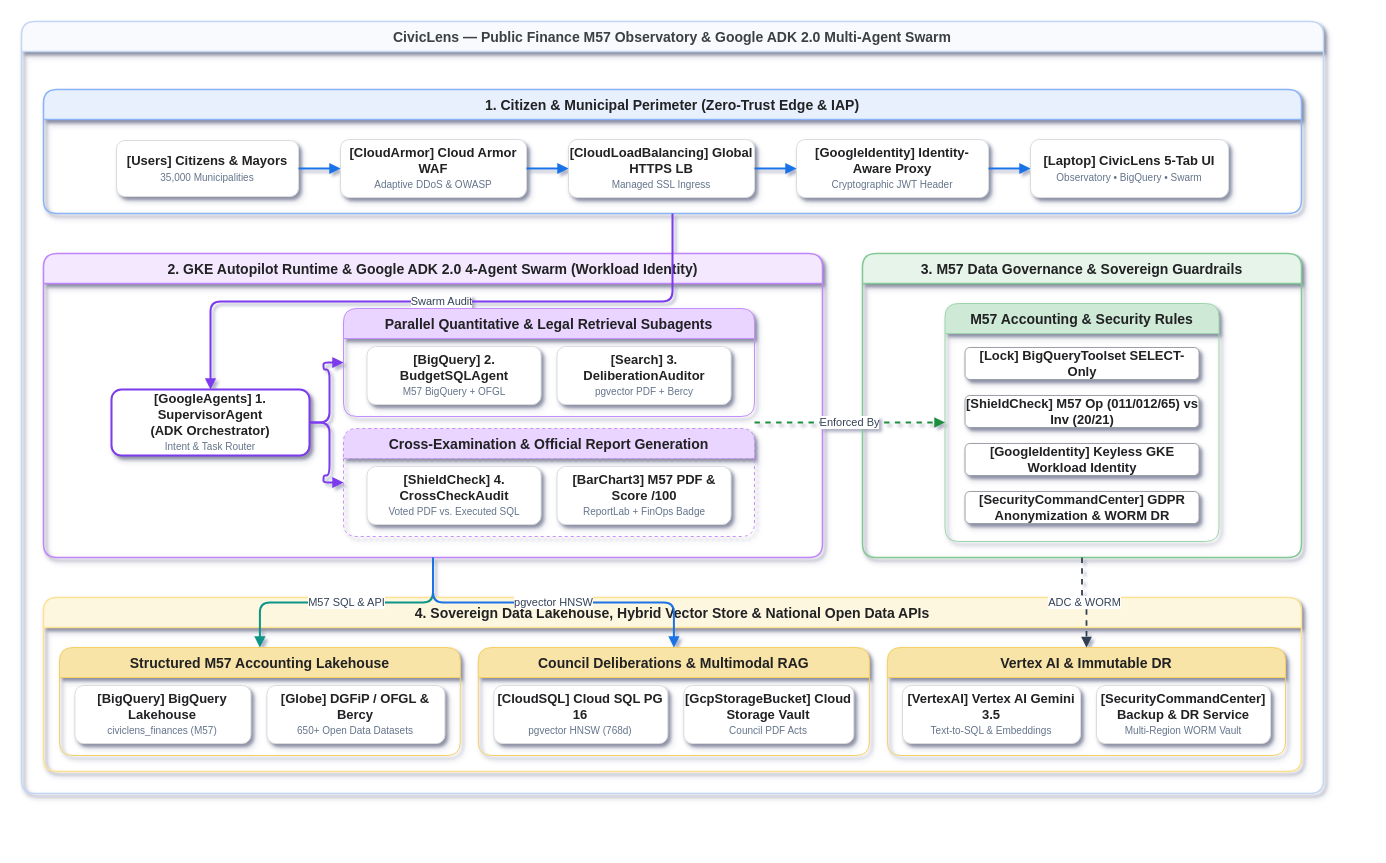
Earlier version of the draw.io diagram docs/diagrams/civiclens_adk_swarm_v3.drawio (hoffmannw-hjkl/app-civiclens). Source tidied: cells renumbered, new cells numbered last; positions are measured from the earlier drawing's top-left corner, leaving out a move shared by most shapes. Both pictures are drawn from the tidied source at 100%, with x=0, y=0 at pixel (21, 21).
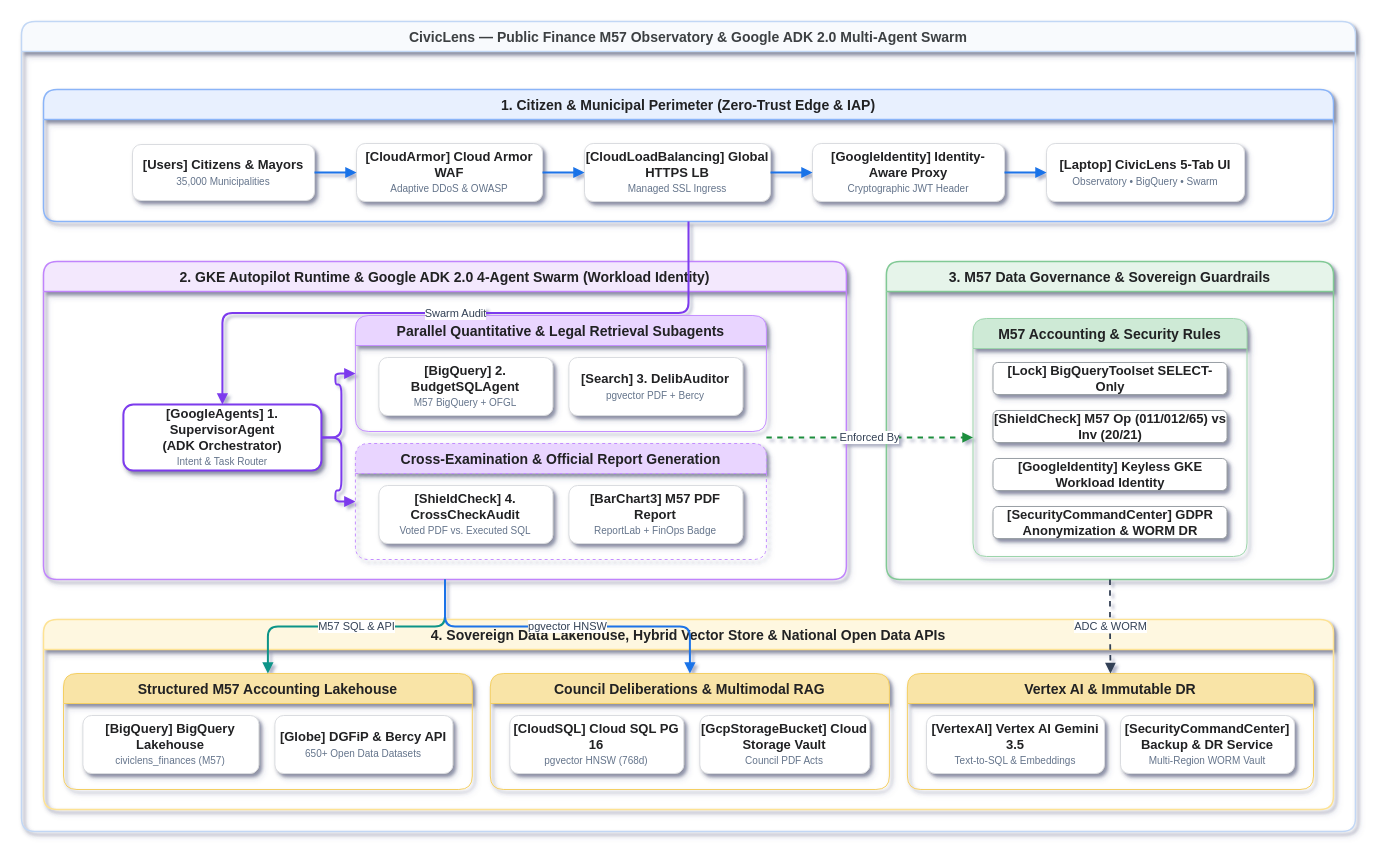
Above is the later version.

Commit message (it also covers changes not shown here):
docs(readme): embed exported high-res Dendrite v3.3 PNG architecture diagrams inline

Diff of the diagram source:
```diff
@@
     <mxCell id="2" value="CivicLens — Public Finance M57 Observatory &amp; Google ADK 2.0 Multi-Agent Swarm" style="swimlane;fontStyle=1;horizontal=1;startSize=30;rounded=1;fillColor=#f8fafd;strokeColor=#c2d7f5;strokeWidth=1.5;fontColor=#3c4043;fontSize=14;shadow=1;" parent="1" vertex="1">
-      <mxGeometry width="1302" height="772" as="geometry" />
+      <mxGeometry width="1334" height="810" as="geometry" />
     </mxCell>
     <mxCell id="3" value="1. Citizen &amp; Municipal Perimeter (Zero-Trust Edge &amp; IAP)" style="swimlane;fontStyle=1;horizontal=1;startSize=30;rounded=1;fillColor=#e8f0fe;strokeColor=#8ab4f8;strokeWidth=1.5;fontColor=#202124;fontSize=14;shadow=1;" parent="2" vertex="1">
-      <mxGeometry x="22" y="68" width="1258" height="124" as="geometry" />
+      <mxGeometry x="22" y="68" width="1290" height="132" as="geometry" />
     </mxCell>
     <mxCell id="4" value="2. GKE Autopilot Runtime &amp; Google ADK 2.0 4-Agent Swarm (Workload Identity)" style="swimlane;fontStyle=1;horizontal=1;startSize=30;rounded=1;fillColor=#f3e8fd;strokeColor=#c084fc;strokeWidth=1.5;fontColor=#202124;fontSize=14;shadow=1;" parent="2" vertex="1">
-      <mxGeometry x="22" y="232" width="779" height="304" as="geometry" />
+      <mxGeometry x="22" y="240" width="802.9" height="318" as="geometry" />
     </mxCell>
     <mxCell id="5" style="group;html=1;fillColor=none;strokeColor=none;" parent="4" vertex="1">
-      <mxGeometry x="300" y="55" width="411" height="228" as="geometry" />
+      <mxGeometry x="311.9" y="54" width="411" height="244" as="geometry" />
     </mxCell>
     <mxCell id="6" value="Parallel Quantitative &amp; Legal Retrieval Subagents" style="swimlane;fontStyle=1;horizontal=1;startSize=30;rounded=1;fillColor=#e9d5ff;strokeColor=#c48eff;strokeWidth=1;fontColor=#202124;fontSize=14;shadow=1;" parent="5" vertex="1">
-      <mxGeometry width="411" height="108" as="geometry" />
+      <mxGeometry width="411" height="116" as="geometry" />
     </mxCell>
     <mxCell id="7" value="Cross-Examination &amp; Official Report Generation" style="swimlane;fontStyle=1;horizontal=1;startSize=30;rounded=1;fillColor=#e9d5ff;strokeColor=#c48eff;strokeWidth=1;dashed=1;fontColor=#202124;fontSize=14;shadow=1;" parent="5" vertex="1">
-      <mxGeometry y="120" width="411" height="108" as="geometry" />
+      <mxGeometry y="128" width="411" height="116" as="geometry" />
     </mxCell>
     <mxCell id="8" value="3. M57 Data Governance &amp; Sovereign Guardrails" style="swimlane;fontStyle=1;horizontal=1;startSize=30;rounded=1;fillColor=#e6f4ea;strokeColor=#81c995;strokeWidth=1.5;fontColor=#202124;fontSize=14;shadow=1;" parent="2" vertex="1">
-      <mxGeometry x="841" y="232" width="439" height="304" as="geometry" />
+      <mxGeometry x="864.9" y="240" width="447.1" height="318" as="geometry" />
     </mxCell>
     <mxCell id="9" value="M57 Accounting &amp; Security Rules" style="swimlane;fontStyle=1;horizontal=1;startSize=30;rounded=1;fillColor=#ceead6;strokeColor=#9cd5ac;strokeWidth=1;fontColor=#202124;fontSize=14;shadow=1;" parent="8" vertex="1">
-      <mxGeometry x="82.5" y="50" width="274" height="238" as="geometry" />
+      <mxGeometry x="86.6" y="57" width="274" height="238" as="geometry" />
     </mxCell>
     <mxCell id="10" value="4. Sovereign Data Lakehouse, Hybrid Vector Store &amp; National Open Data APIs" style="swimlane;fontStyle=1;horizontal=1;startSize=30;rounded=1;fillColor=#fef7e0;strokeColor=#fde293;strokeWidth=1.5;fontColor=#202124;fontSize=14;shadow=1;" parent="2" vertex="1">
-      <mxGeometry x="22" y="576" width="1258" height="174" as="geometry" />
+      <mxGeometry x="22" y="598" width="1290" height="190" as="geometry" />
     </mxCell>
     <mxCell id="11" value="Structured M57 Accounting Lakehouse" style="swimlane;fontStyle=1;horizontal=1;startSize=30;rounded=1;fillColor=#f9e4a7;strokeColor=#f4cf64;strokeWidth=1;fontColor=#202124;fontSize=14;shadow=1;" parent="10" vertex="1">
-      <mxGeometry x="16" y="50" width="400.8" height="108" as="geometry" />
+      <mxGeometry x="20" y="54" width="408.8" height="116" as="geometry" />
     </mxCell>
     <mxCell id="12" value="Council Deliberations &amp; Multimodal RAG" style="swimlane;fontStyle=1;horizontal=1;startSize=30;rounded=1;fillColor=#f9e4a7;strokeColor=#f4cf64;strokeWidth=1;fontColor=#202124;fontSize=14;shadow=1;" parent="10" vertex="1">
-      <mxGeometry x="434.8" y="50" width="391.1" height="108" as="geometry" />
+      <mxGeometry x="446.8" y="54" width="399.1" height="116" as="geometry" />
     </mxCell>
     <mxCell id="13" value="Vertex AI &amp; Immutable DR" style="swimlane;fontStyle=1;horizontal=1;startSize=30;rounded=1;fillColor=#f9e4a7;strokeColor=#f4cf64;strokeWidth=1;fontColor=#202124;fontSize=14;shadow=1;" parent="10" vertex="1">
-      <mxGeometry x="843.9" y="50" width="398.1" height="108" as="geometry" />
+      <mxGeometry x="863.9" y="54" width="406.1" height="116" as="geometry" />
     </mxCell>
     <mxCell id="14" value="&lt;b&gt;[Users] Citizens &amp; Mayors&lt;/b&gt;&lt;br&gt;&lt;font color='#64748B' size='1'&gt;35,000 Municipalities&lt;/font&gt;" style="rounded=1;arcSize=15;whiteSpace=wrap;html=1;fillColor=#ffffff;strokeColor=#dadce0;strokeWidth=1;fontColor=#202124;fontSize=13;shadow=1;" parent="3" vertex="1">
-      <mxGeometry x="73" y="51" width="182" height="56" as="geometry" />
+      <mxGeometry x="89" y="55" width="182" height="56" as="geometry" />
     </mxCell>
     <mxCell id="15" value="&lt;b&gt;[CloudArmor] Cloud Armor WAF&lt;/b&gt;&lt;br&gt;&lt;font color='#64748B' size='1'&gt;Adaptive DDoS &amp; OWASP&lt;/font&gt;" style="rounded=1;arcSize=15;whiteSpace=wrap;html=1;fillColor=#ffffff;strokeColor=#dadce0;strokeWidth=1;fontColor=#202124;fontSize=13;shadow=1;" parent="3" vertex="1">
-      <mxGeometry x="297" y="50" width="186" height="58" as="geometry" />
+      <mxGeometry x="313" y="54" width="186" height="58" as="geometry" />
     </mxCell>
     <mxCell id="16" value="&lt;b&gt;[CloudLoadBalancing] Global HTTPS LB&lt;/b&gt;&lt;br&gt;&lt;font color='#64748B' size='1'&gt;Managed SSL Ingress&lt;/font&gt;" style="rounded=1;arcSize=15;whiteSpace=wrap;html=1;fillColor=#ffffff;strokeColor=#dadce0;strokeWidth=1;fontColor=#202124;fontSize=13;shadow=1;" parent="3" vertex="1">
-      <mxGeometry x="525" y="50" width="186" height="58" as="geometry" />
+      <mxGeometry x="541" y="54" width="186" height="58" as="geometry" />
     </mxCell>
     <mxCell id="17" value="&lt;b&gt;[GoogleIdentity] Identity-Aware Proxy&lt;/b&gt;&lt;br&gt;&lt;font color='#64748B' size='1'&gt;Cryptographic JWT Header&lt;/font&gt;" style="rounded=1;arcSize=15;whiteSpace=wrap;html=1;fillColor=#ffffff;strokeColor=#dadce0;strokeWidth=1;fontColor=#202124;fontSize=13;shadow=1;" parent="3" vertex="1">
-      <mxGeometry x="753" y="50" width="192" height="58" as="geometry" />
+      <mxGeometry x="769" y="54" width="192" height="58" as="geometry" />
     </mxCell>
     <mxCell id="18" value="&lt;b&gt;[Laptop] CivicLens 5-Tab UI&lt;/b&gt;&lt;br&gt;&lt;font color='#64748B' size='1'&gt;Observatory • BigQuery • Swarm&lt;/font&gt;" style="rounded=1;arcSize=15;whiteSpace=wrap;html=1;fillColor=#ffffff;strokeColor=#dadce0;strokeWidth=1;fontColor=#202124;fontSize=13;shadow=1;" parent="3" vertex="1">
-      <mxGeometry x="987" y="50" width="198" height="58" as="geometry" />
+      <mxGeometry x="1003" y="54" width="198" height="58" as="geometry" />
     </mxCell>
     <mxCell id="19" value="&lt;b&gt;[GoogleAgents] 1. SupervisorAgent&#10;(ADK Orchestrator)&lt;/b&gt;&lt;br&gt;&lt;font color='#64748B' size='1'&gt;Intent &amp; Task Router&lt;/font&gt;" style="rounded=1;arcSize=15;whiteSpace=wrap;html=1;fillColor=#ffffff;strokeColor=#7c3aed;strokeWidth=2;fontColor=#202124;fontSize=13;shadow=1;" parent="4" vertex="1">
-      <mxGeometry x="68" y="136" width="198" height="66" as="geometry" />
+      <mxGeometry x="79.9" y="143" width="198" height="66" as="geometry" />
     </mxCell>
     <mxCell id="20" value="&lt;b&gt;[BigQuery] 2. BudgetSQLAgent&lt;/b&gt;&lt;br&gt;&lt;font color='#64748B' size='1'&gt;M57 BigQuery + OFGL&lt;/font&gt;" style="rounded=1;arcSize=15;whiteSpace=wrap;html=1;fillColor=#ffffff;strokeColor=#dadce0;strokeWidth=1;fontColor=#202124;fontSize=13;shadow=1;" parent="6" vertex="1">
-      <mxGeometry x="23.5" y="38" width="174" height="58" as="geometry" />
+      <mxGeometry x="23.5" y="42" width="174" height="58" as="geometry" />
     </mxCell>
-    <mxCell id="21" value="&lt;b&gt;[Search] 3. DeliberationAuditor&lt;/b&gt;&lt;br&gt;&lt;font color='#64748B' size='1'&gt;pgvector PDF + Bercy&lt;/font&gt;" style="rounded=1;arcSize=15;whiteSpace=wrap;html=1;fillColor=#ffffff;strokeColor=#dadce0;strokeWidth=1;fontColor=#202124;fontSize=13;shadow=1;" parent="6" vertex="1">
-      <mxGeometry x="213.5" y="38" width="174" height="58" as="geometry" />
+    <mxCell id="21" value="&lt;b&gt;[Search] 3. DelibAuditor&lt;/b&gt;&lt;br&gt;&lt;font color='#64748B' size='1'&gt;pgvector PDF + Bercy&lt;/font&gt;" style="rounded=1;arcSize=15;whiteSpace=wrap;html=1;fillColor=#ffffff;strokeColor=#dadce0;strokeWidth=1;fontColor=#202124;fontSize=13;shadow=1;" parent="6" vertex="1">
+      <mxGeometry x="213.5" y="42" width="174" height="58" as="geometry" />
     </mxCell>
     <mxCell id="22" value="&lt;b&gt;[ShieldCheck] 4. CrossCheckAudit&lt;/b&gt;&lt;br&gt;&lt;font color='#64748B' size='1'&gt;Voted PDF vs. Executed SQL&lt;/font&gt;" style="rounded=1;arcSize=15;whiteSpace=wrap;html=1;fillColor=#ffffff;strokeColor=#dadce0;strokeWidth=1;fontColor=#202124;fontSize=13;shadow=1;" parent="7" vertex="1">
-      <mxGeometry x="23.5" y="38" width="174" height="58" as="geometry" />
+      <mxGeometry x="23.5" y="42" width="174" height="58" as="geometry" />
     </mxCell>
-    <mxCell id="23" value="&lt;b&gt;[BarChart3] M57 PDF &amp; Score /100&lt;/b&gt;&lt;br&gt;&lt;font color='#64748B' size='1'&gt;ReportLab + FinOps Badge&lt;/font&gt;" style="rounded=1;arcSize=15;whiteSpace=wrap;html=1;fillColor=#ffffff;strokeColor=#dadce0;strokeWidth=1;fontColor=#202124;fontSize=13;shadow=1;" parent="7" vertex="1">
-      <mxGeometry x="213.5" y="38" width="174" height="58" as="geometry" />
+    <mxCell id="23" value="&lt;b&gt;[BarChart3] M57 PDF Report&lt;/b&gt;&lt;br&gt;&lt;font color='#64748B' size='1'&gt;ReportLab + FinOps Badge&lt;/font&gt;" style="rounded=1;arcSize=15;whiteSpace=wrap;html=1;fillColor=#ffffff;strokeColor=#dadce0;strokeWidth=1;fontColor=#202124;fontSize=13;shadow=1;" parent="7" vertex="1">
+      <mxGeometry x="213.5" y="42" width="174" height="58" as="geometry" />
     </mxCell>
@@
     <mxCell id="28" value="&lt;b&gt;[BigQuery] BigQuery Lakehouse&lt;/b&gt;&lt;br&gt;&lt;font color='#64748B' size='1'&gt;civiclens_finances (M57)&lt;/font&gt;" style="rounded=1;arcSize=15;whiteSpace=wrap;html=1;fillColor=#ffffff;strokeColor=#dadce0;strokeWidth=1;fontColor=#202124;fontSize=13;shadow=1;" parent="11" vertex="1">
-      <mxGeometry x="15.4" y="38" width="176" height="58" as="geometry" />
+      <mxGeometry x="19.4" y="42" width="176" height="58" as="geometry" />
     </mxCell>
-    <mxCell id="29" value="&lt;b&gt;[Globe] DGFiP / OFGL &amp; Bercy&lt;/b&gt;&lt;br&gt;&lt;font color='#64748B' size='1'&gt;650+ Open Data Datasets&lt;/font&gt;" style="rounded=1;arcSize=15;whiteSpace=wrap;html=1;fillColor=#ffffff;strokeColor=#dadce0;strokeWidth=1;fontColor=#202124;fontSize=13;shadow=1;" parent="11" vertex="1">
-      <mxGeometry x="207.4" y="38" width="178" height="58" as="geometry" />
+    <mxCell id="29" value="&lt;b&gt;[Globe] DGFiP &amp; Bercy API&lt;/b&gt;&lt;br&gt;&lt;font color='#64748B' size='1'&gt;650+ Open Data Datasets&lt;/font&gt;" style="rounded=1;arcSize=15;whiteSpace=wrap;html=1;fillColor=#ffffff;strokeColor=#dadce0;strokeWidth=1;fontColor=#202124;fontSize=13;shadow=1;" parent="11" vertex="1">
+      <mxGeometry x="211.4" y="42" width="178" height="58" as="geometry" />
     </mxCell>
     <mxCell id="30" value="&lt;b&gt;[CloudSQL] Cloud SQL PG 16&lt;/b&gt;&lt;br&gt;&lt;font color='#64748B' size='1'&gt;pgvector HNSW (768d)&lt;/font&gt;" style="rounded=1;arcSize=15;whiteSpace=wrap;html=1;fillColor=#ffffff;strokeColor=#dadce0;strokeWidth=1;fontColor=#202124;fontSize=13;shadow=1;" parent="12" vertex="1">
-      <mxGeometry x="15.5" y="38" width="174" height="58" as="geometry" />
+      <mxGeometry x="19.5" y="42" width="174" height="58" as="geometry" />
     </mxCell>
     <mxCell id="31" value="&lt;b&gt;[GcpStorageBucket] Cloud Storage Vault&lt;/b&gt;&lt;br&gt;&lt;font color='#64748B' size='1'&gt;Council PDF Acts&lt;/font&gt;" style="rounded=1;arcSize=15;whiteSpace=wrap;html=1;fillColor=#ffffff;strokeColor=#dadce0;strokeWidth=1;fontColor=#202124;fontSize=13;shadow=1;" parent="12" vertex="1">
-      <mxGeometry x="205.5" y="38" width="170" height="58" as="geometry" />
+      <mxGeometry x="209.5" y="42" width="170" height="58" as="geometry" />
     </mxCell>
     <mxCell id="32" value="&lt;b&gt;[VertexAI] Vertex AI Gemini 3.5&lt;/b&gt;&lt;br&gt;&lt;font color='#64748B' size='1'&gt;Text-to-SQL &amp; Embeddings&lt;/font&gt;" style="rounded=1;arcSize=15;whiteSpace=wrap;html=1;fillColor=#ffffff;strokeColor=#dadce0;strokeWidth=1;fontColor=#202124;fontSize=13;shadow=1;" parent="13" vertex="1">
-      <mxGeometry x="15.1" y="38" width="178" height="58" as="geometry" />
+      <mxGeometry x="19.1" y="42" width="178" height="58" as="geometry" />
     </mxCell>
     <mxCell id="33" value="&lt;b&gt;[SecurityCommandCenter] Backup &amp; DR Service&lt;/b&gt;&lt;br&gt;&lt;font color='#64748B' size='1'&gt;Multi-Region WORM Vault&lt;/font&gt;" style="rounded=1;arcSize=15;whiteSpace=wrap;html=1;fillColor=#ffffff;strokeColor=#dadce0;strokeWidth=1;fontColor=#202124;fontSize=13;shadow=1;" parent="13" vertex="1">
-      <mxGeometry x="209.1" y="38" width="174" height="58" as="geometry" />
+      <mxGeometry x="213.1" y="42" width="174" height="58" as="geometry" />
     </mxCell>
```
